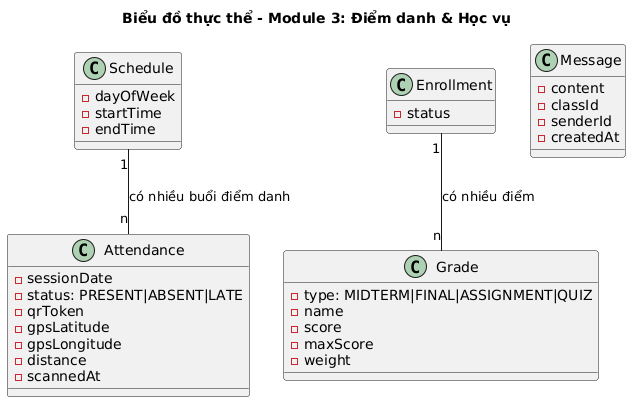
Earlier version of the PlantUML export report/diagrams/entity_module3.png (thanhtrnnn/universe). Source of this version:
```plantuml
@startuml
title Biểu đồ thực thể - Module 3: Điểm danh & Học vụ

class Attendance {
  -sessionDate
  -status: PRESENT|ABSENT|LATE
  -qrToken
  -gpsLatitude
  -gpsLongitude
  -distance
  -scannedAt
}

class Grade {
  -type: MIDTERM|FINAL|ASSIGNMENT|QUIZ
  -name
  -score
  -maxScore
  -weight
}

class Message {
  -content
  -classId
  -senderId
  -createdAt
}

class Schedule {
  -dayOfWeek
  -startTime
  -endTime
}

class Enrollment {
  -status
}

Schedule "1" -- "n" Attendance : có nhiều buổi điểm danh
Enrollment "1" -- "n" Grade : có nhiều điểm
@enduml
```
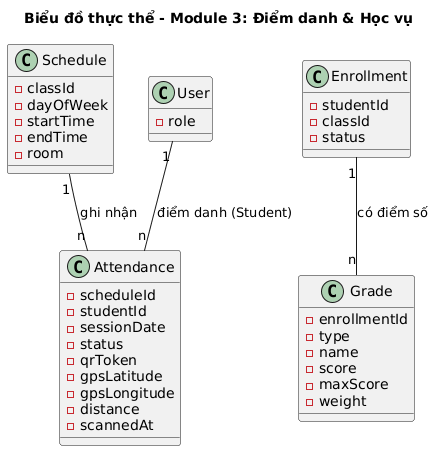
Above is the later version.

Commit message:
docs(module3): split BCE per UC, fix entity hierarchy, remove seq exceptions

The edit, as a diff of the source:
```diff
@@ -1,9 +1,19 @@
 @startuml
 title Biểu đồ thực thể - Module 3: Điểm danh & Học vụ
 
+class Schedule {
+  -classId
+  -dayOfWeek
+  -startTime
+  -endTime
+  -room
+}
+
 class Attendance {
+  -scheduleId
+  -studentId
   -sessionDate
-  -status: PRESENT|ABSENT|LATE
+  -status
   -qrToken
   -gpsLatitude
   -gpsLongitude
@@ -11,31 +21,26 @@
   -scannedAt
 }
 
+class Enrollment {
+  -studentId
+  -classId
+  -status
+}
+
 class Grade {
-  -type: MIDTERM|FINAL|ASSIGNMENT|QUIZ
+  -enrollmentId
+  -type
   -name
   -score
   -maxScore
   -weight
 }
 
-class Message {
-  -content
-  -classId
-  -senderId
-  -createdAt
+class User {
+  -role
 }
 
-class Schedule {
-  -dayOfWeek
-  -startTime
-  -endTime
-}
-
-class Enrollment {
-  -status
-}
-
-Schedule "1" -- "n" Attendance : có nhiều buổi điểm danh
-Enrollment "1" -- "n" Grade : có nhiều điểm
+Schedule "1" -- "n" Attendance : ghi nhận
+User "1" -- "n" Attendance : điểm danh (Student)
+Enrollment "1" -- "n" Grade : có điểm số
 @enduml
```
